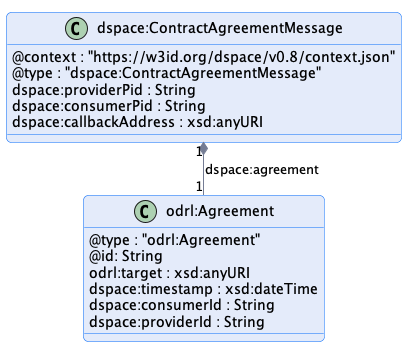
Earlier version of the PlantUML export negotiation/message/diagram/contract-agreement-message.png (International-Data-Spaces-Association/ids-specification). Its diagram source:
```plantuml
@startuml "contract-agreement-message"
!pragma layout smetana

!include ../../../common/style/diagram.styles.puml

hide empty description


class "dspace:ContractAgreementMessage" {
    @context : "https://w3id.org/dspace/v0.8/context.json"
    @type : "dspace:ContractAgreementMessage"
    dspace:providerPid : String
    dspace:consumerPid : String
    dspace:callbackAddress : xsd:anyURI
}

class odrl:Agreement {
    @type : "odrl:Agreement"
    @id: String
    odrl:target : xsd:anyURI
    dspace:timestamp : xsd:dateTime
    dspace:consumerId : String
    dspace:providerId : String
}

"dspace:ContractAgreementMessage" "1" *-- "1" "odrl:Agreement" : "dspace:agreement"

@enduml
```
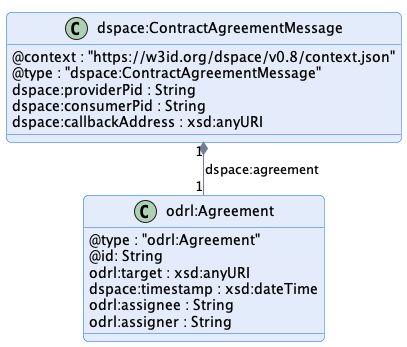
After the change.

Commit message:
Replace providerId/consumerId with odrl:assigner / odrl:assignee (#213)

Diff of the diagram source:
```diff
@@ -19,8 +19,8 @@
     @id: String
     odrl:target : xsd:anyURI
     dspace:timestamp : xsd:dateTime
-    dspace:consumerId : String
-    dspace:providerId : String
+    odrl:assignee : String
+    odrl:assigner : String
 }
 
 "dspace:ContractAgreementMessage" "1" *-- "1" "odrl:Agreement" : "dspace:agreement"
```
